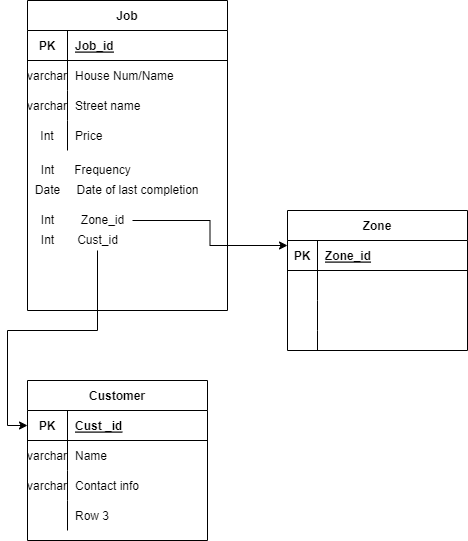
Above: Untitled Diagram.drawio.png in iblethebible/winda-ninjaz (draw.io), before the change. Source tidied: cells renumbered, new cells last; positions are measured from the earlier drawing's top-left corner, leaving out a move shared by most shapes. The source it was exported from:
```xml
<mxGraphModel>
  <root>
    <mxCell id="0" />
    <mxCell id="1" parent="0" />
    <mxCell id="2" value="Job" style="shape=table;startSize=30;rowLines=0;fontStyle=1;align=center;" parent="1" vertex="1">
      <mxGeometry width="200" height="310" as="geometry" />
    </mxCell>
    <mxCell id="3" style="shape=tableRow;horizontal=0;startSize=0;swimlaneHead=0;swimlaneBody=0;fillColor=none;top=0;left=0;right=0;bottom=1;" parent="2" vertex="1">
      <mxGeometry y="30" width="200" height="30" as="geometry" />
    </mxCell>
    <mxCell id="4" value="PK" style="shape=partialRectangle;fillColor=none;top=0;left=0;bottom=0;right=0;fontStyle=1;overflow=hidden;" parent="3" vertex="1">
      <mxGeometry width="40" height="30" as="geometry" />
    </mxCell>
    <mxCell id="5" value="Job_id" style="shape=partialRectangle;fillColor=none;top=0;left=0;bottom=0;right=0;align=left;spacingLeft=6;fontStyle=5;overflow=hidden;" parent="3" vertex="1">
      <mxGeometry x="40" width="160" height="30" as="geometry" />
    </mxCell>
    <mxCell id="6" style="shape=tableRow;horizontal=0;startSize=0;swimlaneHead=0;swimlaneBody=0;fillColor=none;top=0;left=0;right=0;bottom=0;" parent="2" vertex="1">
      <mxGeometry y="60" width="200" height="30" as="geometry" />
    </mxCell>
    <mxCell id="7" value="varchar" style="shape=partialRectangle;fillColor=none;top=0;left=0;bottom=0;right=0;overflow=hidden;" parent="6" vertex="1">
      <mxGeometry width="40" height="30" as="geometry" />
    </mxCell>
    <mxCell id="8" value="House Num/Name" style="shape=partialRectangle;fillColor=none;top=0;left=0;bottom=0;right=0;align=left;spacingLeft=6;overflow=hidden;" parent="6" vertex="1">
      <mxGeometry x="40" width="160" height="30" as="geometry" />
    </mxCell>
    <mxCell id="9" style="shape=tableRow;horizontal=0;startSize=0;swimlaneHead=0;swimlaneBody=0;fillColor=none;top=0;left=0;right=0;bottom=0;" parent="2" vertex="1">
      <mxGeometry y="90" width="200" height="30" as="geometry" />
    </mxCell>
    <mxCell id="10" value="varchar" style="shape=partialRectangle;fillColor=none;top=0;left=0;bottom=0;right=0;overflow=hidden;" parent="9" vertex="1">
      <mxGeometry width="40" height="30" as="geometry" />
    </mxCell>
    <mxCell id="11" value="Street name" style="shape=partialRectangle;fillColor=none;top=0;left=0;bottom=0;right=0;align=left;spacingLeft=6;overflow=hidden;" parent="9" vertex="1">
      <mxGeometry x="40" width="160" height="30" as="geometry" />
    </mxCell>
    <mxCell id="12" style="shape=tableRow;horizontal=0;startSize=0;swimlaneHead=0;swimlaneBody=0;fillColor=none;top=0;left=0;right=0;bottom=0;" parent="2" vertex="1">
      <mxGeometry y="120" width="200" height="30" as="geometry" />
    </mxCell>
    <mxCell id="13" value="Int" style="shape=partialRectangle;fillColor=none;top=0;left=0;bottom=0;right=0;overflow=hidden;" parent="12" vertex="1">
      <mxGeometry width="40" height="30" as="geometry" />
    </mxCell>
    <mxCell id="14" value="Price" style="shape=partialRectangle;fillColor=none;top=0;left=0;bottom=0;right=0;align=left;spacingLeft=6;overflow=hidden;" parent="12" vertex="1">
      <mxGeometry x="40" width="160" height="30" as="geometry" />
    </mxCell>
    <mxCell id="15" value="Int" style="text;html=1;align=center;verticalAlign=middle;strokeColor=none;fillColor=none;" parent="1" vertex="1">
      <mxGeometry x="5" y="160" width="30" height="20" as="geometry" />
    </mxCell>
    <mxCell id="16" value="Frequency" style="text;html=1;align=center;verticalAlign=middle;strokeColor=none;fillColor=none;" parent="1" vertex="1">
      <mxGeometry x="40" y="160" width="70" height="20" as="geometry" />
    </mxCell>
    <mxCell id="17" value="Date" style="text;html=1;align=center;verticalAlign=middle;strokeColor=none;fillColor=none;" parent="1" vertex="1">
      <mxGeometry y="180" width="40" height="20" as="geometry" />
    </mxCell>
    <mxCell id="18" value="Date of last completion" style="text;html=1;align=center;verticalAlign=middle;strokeColor=none;fillColor=none;" parent="1" vertex="1">
      <mxGeometry x="40" y="180" width="140" height="20" as="geometry" />
    </mxCell>
    <mxCell id="19" value="Int" style="text;html=1;align=center;verticalAlign=middle;strokeColor=none;fillColor=none;" parent="1" vertex="1">
      <mxGeometry x="5" y="210" width="30" height="20" as="geometry" />
    </mxCell>
    <mxCell id="20" style="edgeStyle=orthogonalEdgeStyle;rounded=0;jettySize=auto;html=1;entryX=0;entryY=0.25;entryDx=0;entryDy=0;" parent="1" edge="1" source="21" target="25">
      <mxGeometry relative="1" as="geometry" />
    </mxCell>
    <mxCell id="21" value="Zone_id" style="text;html=1;align=center;verticalAlign=middle;points=[];strokeColor=none;fillColor=none;" parent="1" vertex="1">
      <mxGeometry x="45" y="210" width="60" height="20" as="geometry" />
    </mxCell>
    <mxCell id="22" value="Int" style="text;html=1;align=center;verticalAlign=middle;strokeColor=none;fillColor=none;" parent="1" vertex="1">
      <mxGeometry x="5" y="230" width="30" height="20" as="geometry" />
    </mxCell>
    <mxCell id="23" style="edgeStyle=orthogonalEdgeStyle;rounded=0;jettySize=auto;html=1;entryX=0;entryY=0.5;entryDx=0;entryDy=0;" parent="1" edge="1" source="24" target="39">
      <mxGeometry relative="1" as="geometry" />
    </mxCell>
    <mxCell id="24" value="Cust_id" style="text;html=1;align=center;verticalAlign=middle;points=[];strokeColor=none;fillColor=none;" parent="1" vertex="1">
      <mxGeometry x="40" y="230" width="60" height="20" as="geometry" />
    </mxCell>
    <mxCell id="25" value="Zone" style="shape=table;startSize=30;rowLines=0;fontStyle=1;align=center;" parent="1" vertex="1">
      <mxGeometry x="260" y="210" width="180" height="140" as="geometry" />
    </mxCell>
    <mxCell id="26" style="shape=tableRow;horizontal=0;startSize=0;swimlaneHead=0;swimlaneBody=0;fillColor=none;top=0;left=0;right=0;bottom=1;" parent="25" vertex="1">
      <mxGeometry y="30" width="180" height="30" as="geometry" />
    </mxCell>
    <mxCell id="27" value="PK" style="shape=partialRectangle;fillColor=none;top=0;left=0;bottom=0;right=0;fontStyle=1;overflow=hidden;" parent="26" vertex="1">
      <mxGeometry width="30" height="30" as="geometry" />
    </mxCell>
    <mxCell id="28" value="Zone_id" style="shape=partialRectangle;fillColor=none;top=0;left=0;bottom=0;right=0;align=left;spacingLeft=6;fontStyle=5;overflow=hidden;" parent="26" vertex="1">
      <mxGeometry x="30" width="150" height="30" as="geometry" />
    </mxCell>
    <mxCell id="29" style="shape=tableRow;horizontal=0;startSize=0;swimlaneHead=0;swimlaneBody=0;fillColor=none;top=0;left=0;right=0;bottom=0;" parent="25" vertex="1">
      <mxGeometry y="60" width="180" height="30" as="geometry" />
    </mxCell>
    <mxCell id="30" style="shape=partialRectangle;fillColor=none;top=0;left=0;bottom=0;right=0;overflow=hidden;" parent="29" vertex="1">
      <mxGeometry width="30" height="30" as="geometry" />
    </mxCell>
    <mxCell id="31" style="shape=partialRectangle;fillColor=none;top=0;left=0;bottom=0;right=0;align=left;spacingLeft=6;overflow=hidden;" parent="29" vertex="1">
      <mxGeometry x="30" width="150" height="30" as="geometry" />
    </mxCell>
    <mxCell id="32" style="shape=tableRow;horizontal=0;startSize=0;swimlaneHead=0;swimlaneBody=0;fillColor=none;top=0;left=0;right=0;bottom=0;" parent="25" vertex="1">
      <mxGeometry y="90" width="180" height="30" as="geometry" />
    </mxCell>
    <mxCell id="33" style="shape=partialRectangle;fillColor=none;top=0;left=0;bottom=0;right=0;overflow=hidden;" parent="32" vertex="1">
      <mxGeometry width="30" height="30" as="geometry" />
    </mxCell>
    <mxCell id="34" style="shape=partialRectangle;fillColor=none;top=0;left=0;bottom=0;right=0;align=left;spacingLeft=6;overflow=hidden;" parent="32" vertex="1">
      <mxGeometry x="30" width="150" height="30" as="geometry" />
    </mxCell>
    <mxCell id="35" style="shape=tableRow;horizontal=0;startSize=0;swimlaneHead=0;swimlaneBody=0;fillColor=none;top=0;left=0;right=0;bottom=0;" parent="25" vertex="1">
      <mxGeometry y="120" width="180" height="20" as="geometry" />
    </mxCell>
    <mxCell id="36" style="shape=partialRectangle;fillColor=none;top=0;left=0;bottom=0;right=0;overflow=hidden;" parent="35" vertex="1">
      <mxGeometry width="30" height="20" as="geometry" />
    </mxCell>
    <mxCell id="37" style="shape=partialRectangle;fillColor=none;top=0;left=0;bottom=0;right=0;align=left;spacingLeft=6;overflow=hidden;" parent="35" vertex="1">
      <mxGeometry x="30" width="150" height="20" as="geometry" />
    </mxCell>
    <mxCell id="38" value="Customer" style="shape=table;startSize=30;rowLines=0;fontStyle=1;align=center;" parent="1" vertex="1">
      <mxGeometry y="380" width="180" height="160" as="geometry" />
    </mxCell>
    <mxCell id="39" style="shape=tableRow;horizontal=0;startSize=0;swimlaneHead=0;swimlaneBody=0;fillColor=none;points=[[0,0.5],[1,0.5]];portConstraint=eastwest;top=0;left=0;right=0;bottom=1;" parent="38" vertex="1">
      <mxGeometry y="30" width="180" height="30" as="geometry" />
    </mxCell>
    <mxCell id="40" value="PK" style="shape=partialRectangle;fillColor=none;top=0;left=0;bottom=0;right=0;fontStyle=1;overflow=hidden;" parent="39" vertex="1">
      <mxGeometry width="40" height="30" as="geometry" />
    </mxCell>
    <mxCell id="41" value="Cust _id" style="shape=partialRectangle;fillColor=none;top=0;left=0;bottom=0;right=0;align=left;spacingLeft=6;fontStyle=5;overflow=hidden;" parent="39" vertex="1">
      <mxGeometry x="40" width="140" height="30" as="geometry" />
    </mxCell>
    <mxCell id="42" style="shape=tableRow;horizontal=0;startSize=0;swimlaneHead=0;swimlaneBody=0;fillColor=none;top=0;left=0;right=0;bottom=0;" parent="38" vertex="1">
      <mxGeometry y="60" width="180" height="30" as="geometry" />
    </mxCell>
    <mxCell id="43" value="varchar" style="shape=partialRectangle;fillColor=none;top=0;left=0;bottom=0;right=0;overflow=hidden;" parent="42" vertex="1">
      <mxGeometry width="40" height="30" as="geometry" />
    </mxCell>
    <mxCell id="44" value="Name" style="shape=partialRectangle;fillColor=none;top=0;left=0;bottom=0;right=0;align=left;spacingLeft=6;overflow=hidden;" parent="42" vertex="1">
      <mxGeometry x="40" width="140" height="30" as="geometry" />
    </mxCell>
    <mxCell id="45" style="shape=tableRow;horizontal=0;startSize=0;swimlaneHead=0;swimlaneBody=0;fillColor=none;top=0;left=0;right=0;bottom=0;" parent="38" vertex="1">
      <mxGeometry y="90" width="180" height="30" as="geometry" />
    </mxCell>
    <mxCell id="46" value="varchar" style="shape=partialRectangle;fillColor=none;top=0;left=0;bottom=0;right=0;overflow=hidden;" parent="45" vertex="1">
      <mxGeometry width="40" height="30" as="geometry" />
    </mxCell>
    <mxCell id="47" value="Contact info" style="shape=partialRectangle;fillColor=none;top=0;left=0;bottom=0;right=0;align=left;spacingLeft=6;overflow=hidden;" parent="45" vertex="1">
      <mxGeometry x="40" width="140" height="30" as="geometry" />
    </mxCell>
    <mxCell id="48" style="shape=tableRow;horizontal=0;startSize=0;swimlaneHead=0;swimlaneBody=0;fillColor=none;top=0;left=0;right=0;bottom=0;" parent="38" vertex="1">
      <mxGeometry y="120" width="180" height="30" as="geometry" />
    </mxCell>
    <mxCell id="49" style="shape=partialRectangle;fillColor=none;top=0;left=0;bottom=0;right=0;overflow=hidden;" parent="48" vertex="1">
      <mxGeometry width="40" height="30" as="geometry" />
    </mxCell>
    <mxCell id="50" value="Row 3" style="shape=partialRectangle;fillColor=none;top=0;left=0;bottom=0;right=0;align=left;spacingLeft=6;overflow=hidden;" parent="48" vertex="1">
      <mxGeometry x="40" width="140" height="30" as="geometry" />
    </mxCell>
  </root>
</mxGraphModel>
```
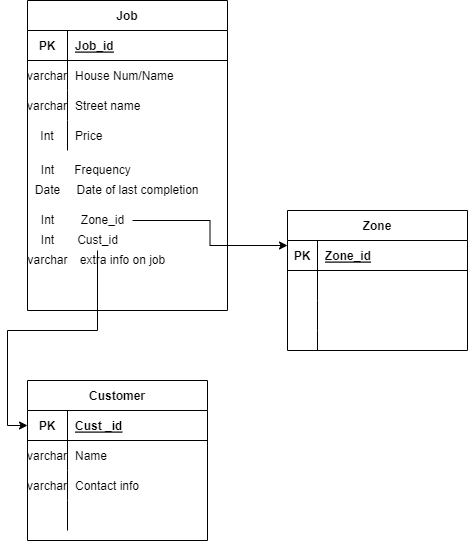
After the change.

Diff of the diagram source:
```diff
@@ -146,8 +146,14 @@
     <mxCell id="49" style="shape=partialRectangle;fillColor=none;top=0;left=0;bottom=0;right=0;overflow=hidden;" parent="48" vertex="1">
       <mxGeometry width="40" height="30" as="geometry" />
     </mxCell>
-    <mxCell id="50" value="Row 3" style="shape=partialRectangle;fillColor=none;top=0;left=0;bottom=0;right=0;align=left;spacingLeft=6;overflow=hidden;" parent="48" vertex="1">
+    <mxCell id="50" style="shape=partialRectangle;fillColor=none;top=0;left=0;bottom=0;right=0;align=left;spacingLeft=6;overflow=hidden;" parent="48" vertex="1">
       <mxGeometry x="40" width="140" height="30" as="geometry" />
     </mxCell>
+    <mxCell id="51" value="extra info on job" style="text;html=1;align=center;verticalAlign=middle;strokeColor=none;fillColor=none;" parent="1" vertex="1">
+      <mxGeometry x="45" y="250" width="100" height="20" as="geometry" />
+    </mxCell>
+    <mxCell id="52" value="varchar" style="text;html=1;align=center;verticalAlign=middle;strokeColor=none;fillColor=none;" parent="1" vertex="1">
+      <mxGeometry x="-10" y="250" width="60" height="20" as="geometry" />
+    </mxCell>
   </root>
 </mxGraphModel>
```
